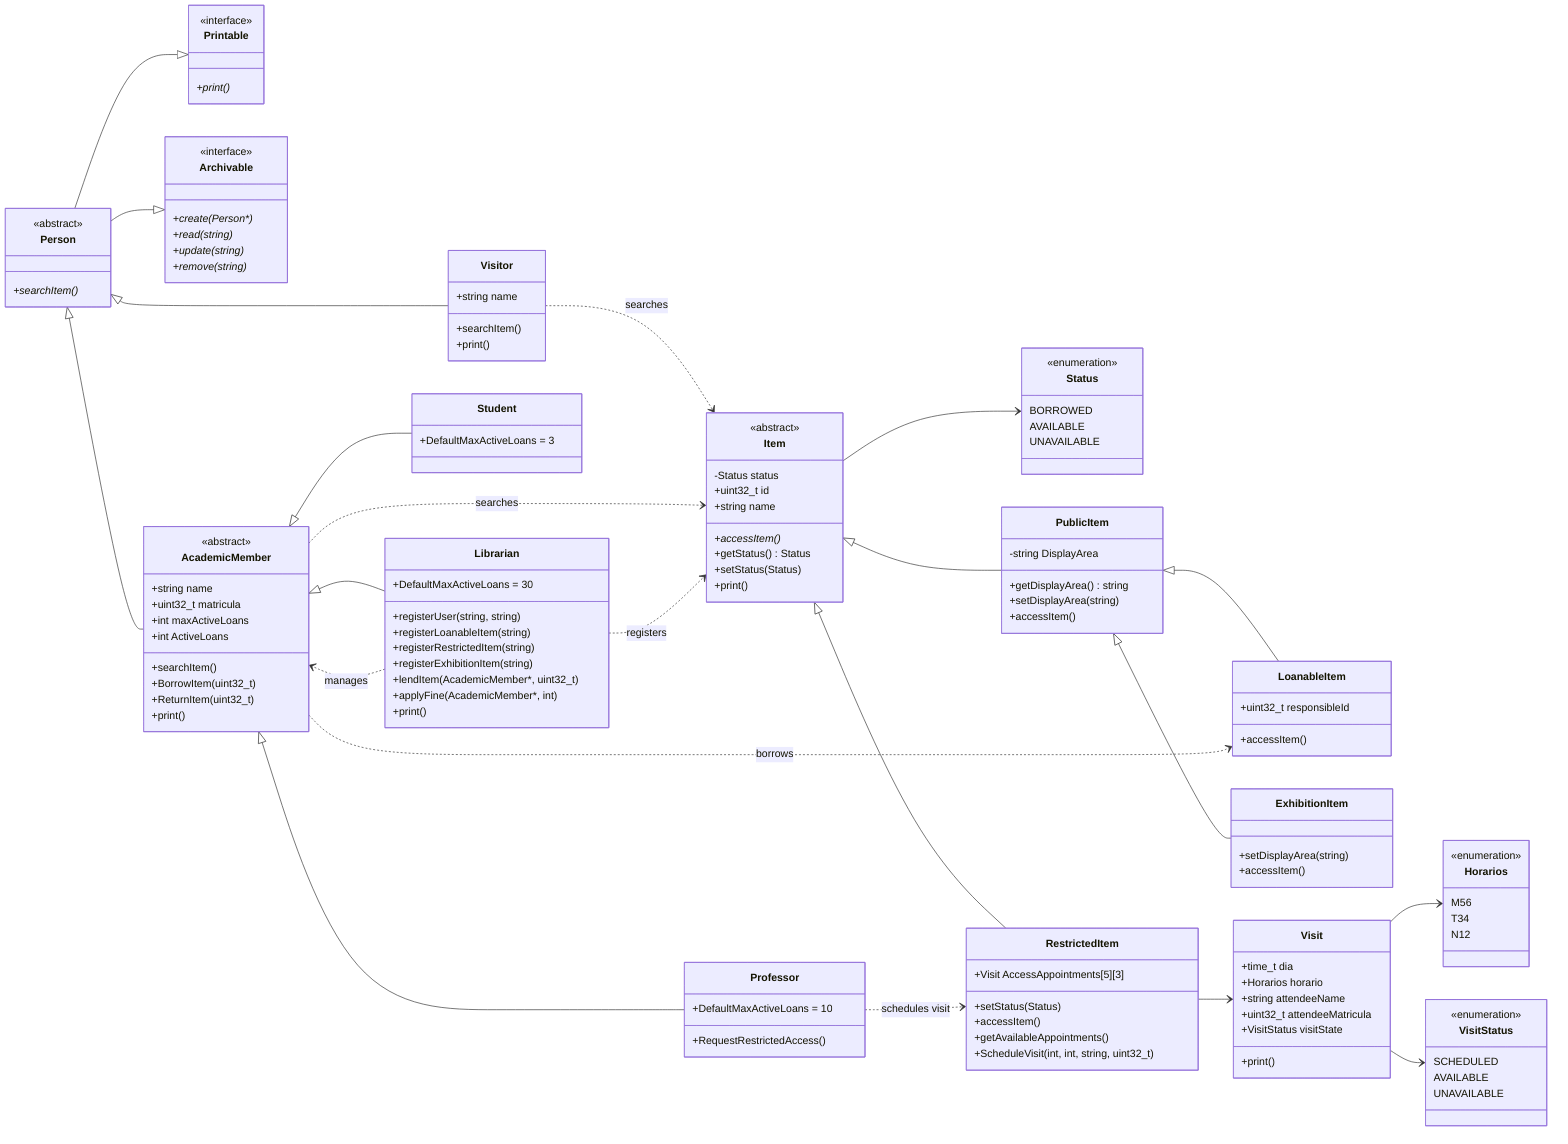
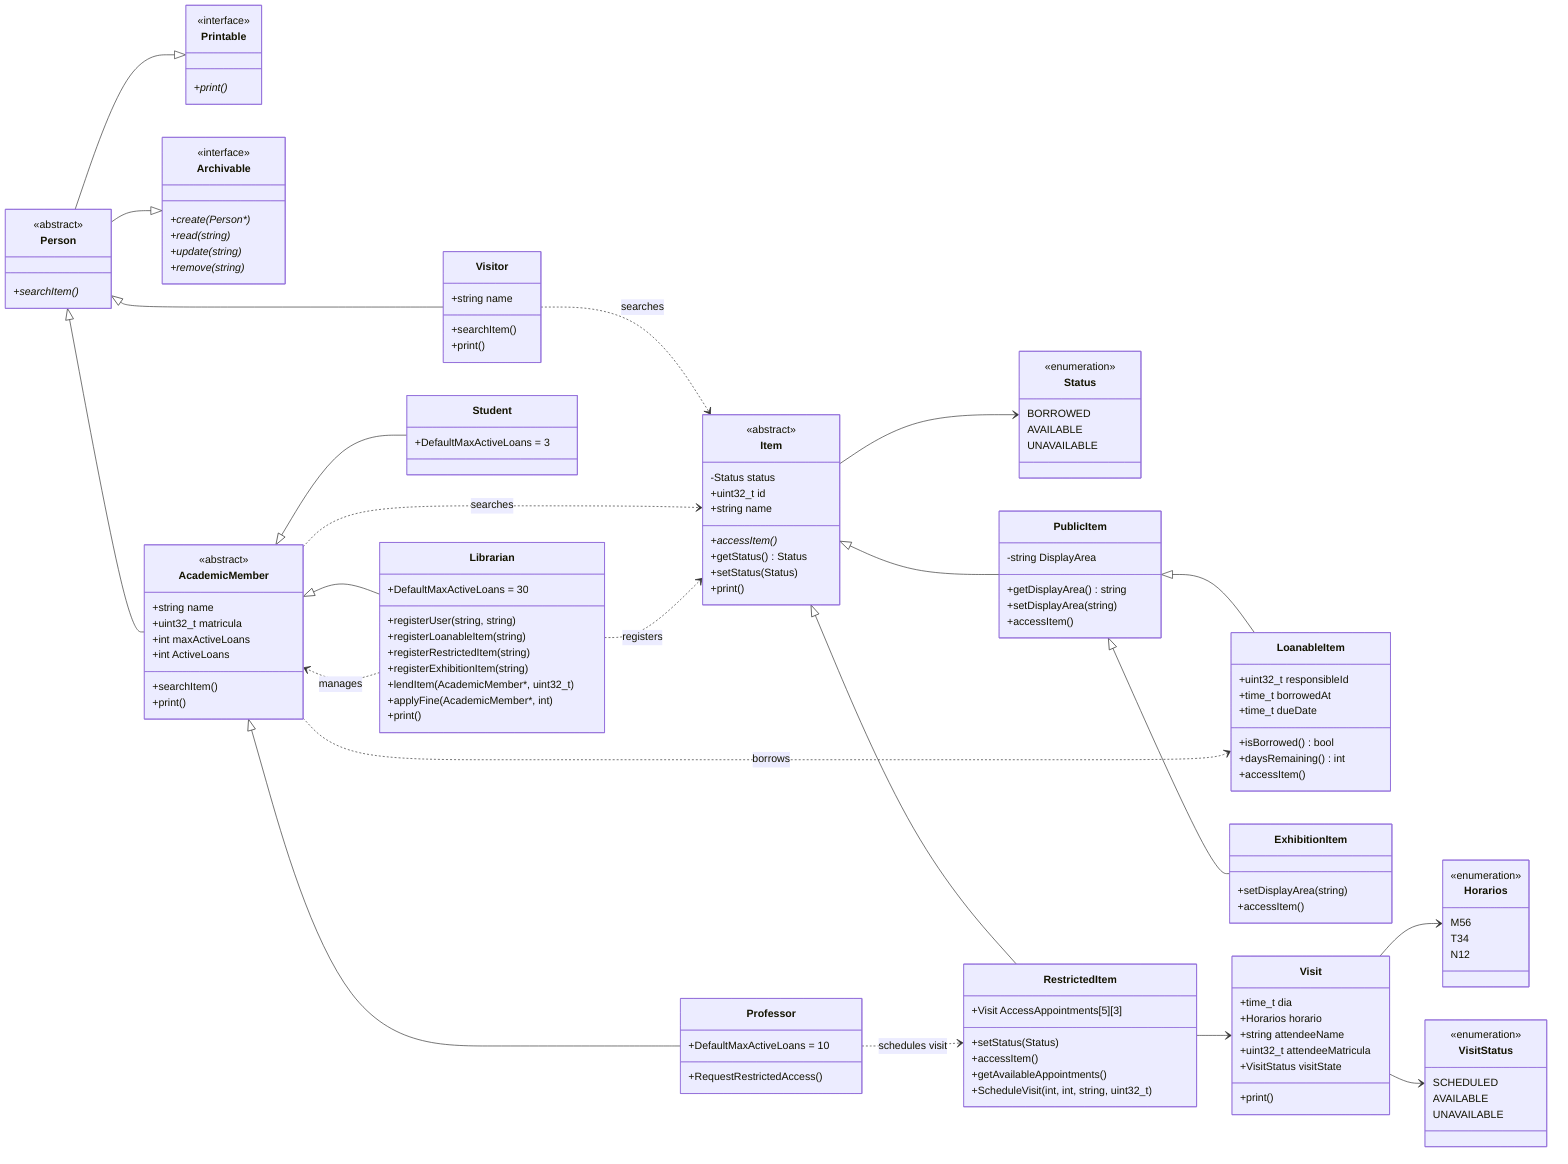
classDiagram

direction LR

%%======================
%% ENUMS
%%======================

class Status{
    <<enumeration>>
    BORROWED
    AVAILABLE
    UNAVAILABLE
}

class VisitStatus{
    <<enumeration>>
    SCHEDULED
    AVAILABLE
    UNAVAILABLE
}

class Horarios{
    <<enumeration>>
    M56
    T34
    N12
}

%%======================
%% INTERFACES
%%======================

class Printable{
    <<interface>>
    +print()*
}

class Archivable{
    <<interface>>
    +create(Person*)*
    +read(string)*
    +update(string)*
    +remove(string)*
}

%%======================
%% ITEMS
%%======================

class Item{
    <<abstract>>
    -Status status
    +uint32_t id
    +string name
    +accessItem()*
    +getStatus() Status
    +setStatus(Status)
    +print()
}

class PublicItem{
    -string DisplayArea
    +getDisplayArea() string
    +setDisplayArea(string)
    +accessItem()
}

class LoanableItem{
    +uint32_t responsibleId
+     +time_t borrowedAt
+     +time_t dueDate
+     +isBorrowed() bool
+     +daysRemaining() int
    +accessItem()
}

class ExhibitionItem{
    +setDisplayArea(string)
    +accessItem()
}

class RestrictedItem{
    +Visit AccessAppointments[5][3]
    +setStatus(Status)
    +accessItem()
    +getAvailableAppointments()
    +ScheduleVisit(int, int, string, uint32_t)
}

Item <|-- PublicItem
PublicItem <|-- LoanableItem
PublicItem <|-- ExhibitionItem
Item <|-- RestrictedItem

Item --> Status
RestrictedItem --> Visit

%%======================
%% VISIT
%%======================

class Visit{
    +time_t dia
    +Horarios horario
    +string attendeeName
    +uint32_t attendeeMatricula
    +VisitStatus visitState
    +print()
}

Visit --> Horarios
Visit --> VisitStatus

%%======================
%% PEOPLE
%%======================

class Person{
    <<abstract>>
    +searchItem()*
}

Person --|> Printable
Person --|> Archivable

class Visitor{
    +string name
    +searchItem()
    +print()
}

class AcademicMember{
    <<abstract>>
    +string name
    +uint32_t matricula
    +int maxActiveLoans
    +int ActiveLoans
    +searchItem()
-     +BorrowItem(uint32_t)
-     +ReturnItem(uint32_t)
    +print()
}

class Student{
    +DefaultMaxActiveLoans = 3
}

class Professor{
    +DefaultMaxActiveLoans = 10
    +RequestRestrictedAccess()
}

class Librarian{
    +DefaultMaxActiveLoans = 30
    +registerUser(string, string)
    +registerLoanableItem(string)
    +registerRestrictedItem(string)
    +registerExhibitionItem(string)
    +lendItem(AcademicMember*, uint32_t)
    +applyFine(AcademicMember*, int)
    +print()
}

Person <|-- Visitor
Person <|-- AcademicMember
AcademicMember <|-- Student
AcademicMember <|-- Professor
AcademicMember <|-- Librarian

%%======================
%% ASSOCIATIONS
%%======================

AcademicMember ..> LoanableItem : borrows
Professor ..> RestrictedItem : schedules visit
Visitor ..> Item : searches
AcademicMember ..> Item : searches
Librarian ..> AcademicMember : manages
Librarian ..> Item : registers
